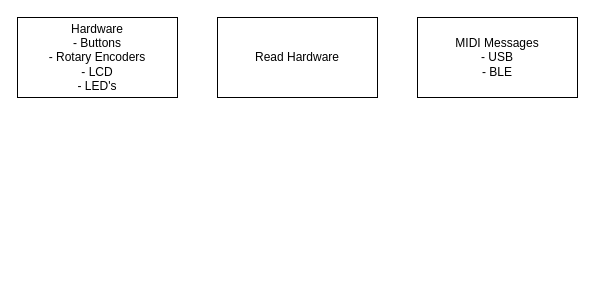
Above: page "Block diagram" (2 of 2) of Lightroom_MIDI.drawio in Krfld/Lightroom-MIDI (draw.io), before the change. Source tidied: cells renumbered, new cells numbered last; positions are measured from the earlier drawing's top-left corner, leaving out a move shared by most shapes. Both pictures are drawn from the tidied source at 100%, with x=0, y=0 at pixel (17, 17).
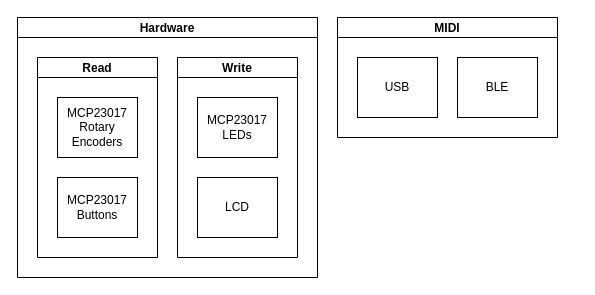
After the change.

The edit, as a diff of the source:
```diff
@@
 <mxGraphModel>
   <root>
     <mxCell id="0" />
     <mxCell id="1" parent="0" />
-    <mxCell id="2" value="Hardware&lt;br&gt;- Buttons&lt;br&gt;- Rotary Encoders&lt;br&gt;- LCD&lt;br&gt;- LED's" style="rounded=0;whiteSpace=wrap;html=1;" parent="1" vertex="1">
-      <mxGeometry width="160" height="80" as="geometry" />
-    </mxCell>
-    <mxCell id="3" value="MIDI Messages&lt;br&gt;- USB&lt;br&gt;- BLE" style="rounded=0;whiteSpace=wrap;html=1;" parent="1" vertex="1">
-      <mxGeometry x="400" width="160" height="80" as="geometry" />
-    </mxCell>
-    <mxCell id="4" value="Read Hardware&lt;br&gt;" style="rounded=0;whiteSpace=wrap;html=1;" parent="1" vertex="1">
-      <mxGeometry x="200" width="160" height="80" as="geometry" />
-    </mxCell>
+    <mxCell id="5" value="Hardware" style="swimlane;startSize=20;" parent="1" vertex="1">
+      <mxGeometry width="300" height="260" as="geometry" />
+    </mxCell>
+    <mxCell id="6" value="Read" style="swimlane;startSize=20;" parent="5" vertex="1">
+      <mxGeometry x="20" y="40" width="120" height="200" as="geometry" />
+    </mxCell>
+    <mxCell id="7" value="MCP23017&lt;br&gt;Rotary Encoders" style="rounded=0;whiteSpace=wrap;html=1;" parent="6" vertex="1">
+      <mxGeometry x="20" y="40" width="80" height="60" as="geometry" />
+    </mxCell>
+    <mxCell id="8" value="MCP23017&lt;br&gt;Buttons" style="rounded=0;whiteSpace=wrap;html=1;" parent="6" vertex="1">
+      <mxGeometry x="20" y="120" width="80" height="60" as="geometry" />
+    </mxCell>
+    <mxCell id="9" value="Write" style="swimlane;startSize=20;" parent="5" vertex="1">
+      <mxGeometry x="160" y="40" width="120" height="200" as="geometry" />
+    </mxCell>
+    <mxCell id="10" value="MCP23017&lt;br&gt;LEDs" style="rounded=0;whiteSpace=wrap;html=1;" parent="9" vertex="1">
+      <mxGeometry x="20" y="40" width="80" height="60" as="geometry" />
+    </mxCell>
+    <mxCell id="11" value="LCD" style="rounded=0;whiteSpace=wrap;html=1;" parent="9" vertex="1">
+      <mxGeometry x="20" y="120" width="80" height="60" as="geometry" />
+    </mxCell>
+    <mxCell id="12" value="MIDI" style="swimlane;startSize=20;" parent="1" vertex="1">
+      <mxGeometry x="320" width="220" height="120" as="geometry" />
+    </mxCell>
+    <mxCell id="13" value="USB" style="rounded=0;whiteSpace=wrap;html=1;" parent="12" vertex="1">
+      <mxGeometry x="20" y="40" width="80" height="60" as="geometry" />
+    </mxCell>
+    <mxCell id="14" value="BLE" style="rounded=0;whiteSpace=wrap;html=1;" parent="12" vertex="1">
+      <mxGeometry x="120" y="40" width="80" height="60" as="geometry" />
+    </mxCell>
   </root>
 </mxGraphModel>
```
